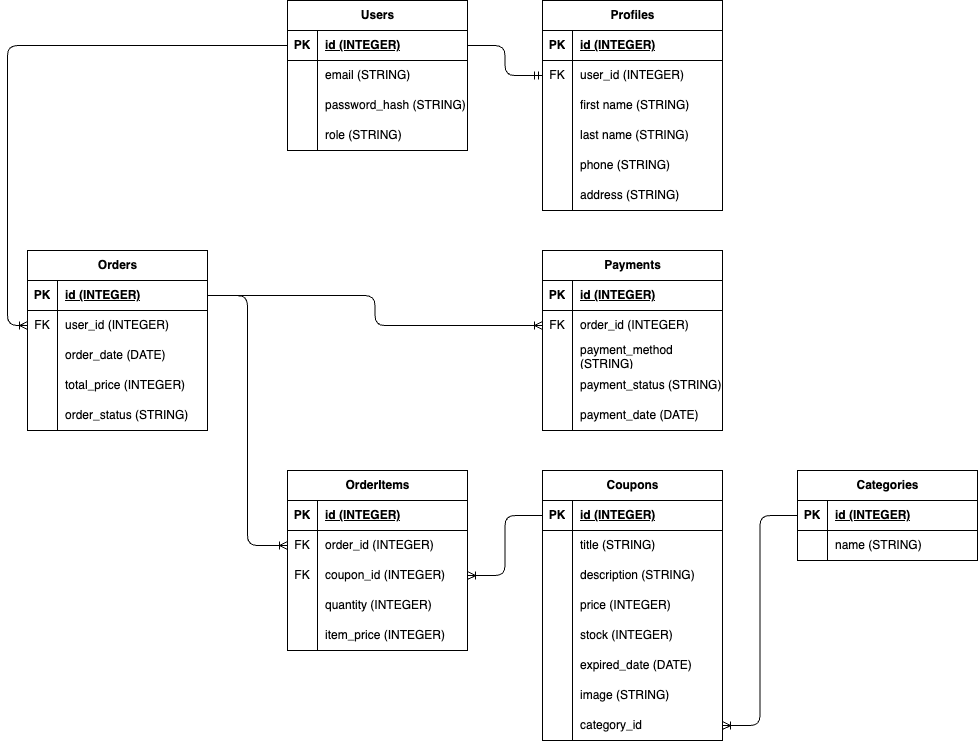
i-adharul/hck-99-fsjs-p1-pair-project keeps this draw.io diagram as erd.drawio.png. Above is the earlier version. Source tidied: cells renumbered, new cells last; positions are measured from the earlier drawing's top-left corner, leaving out a move shared by most shapes.
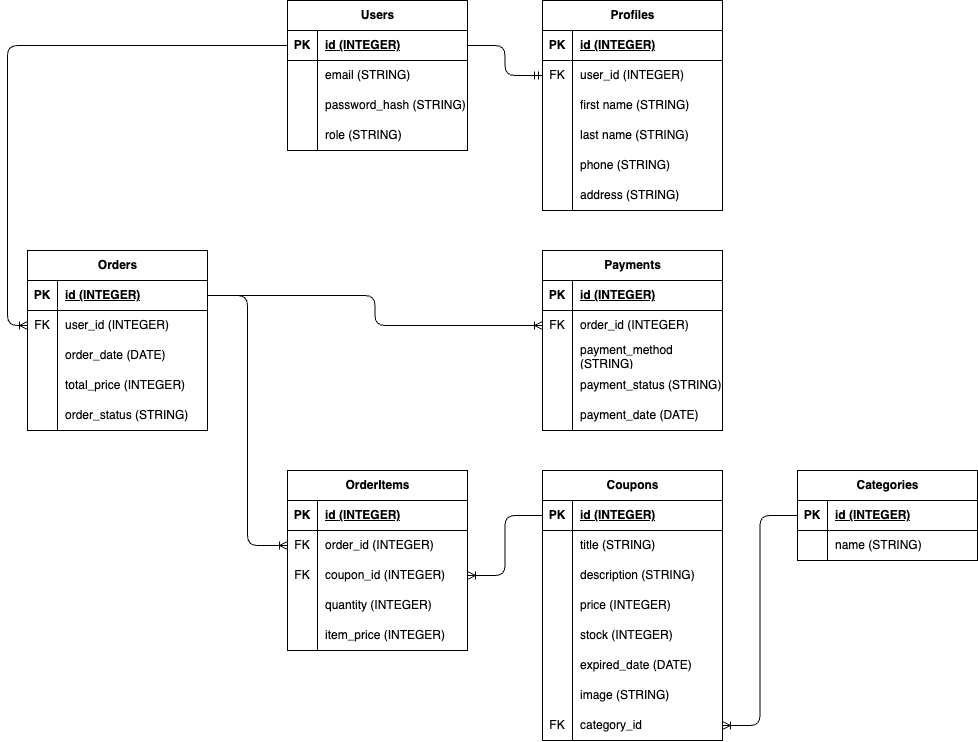
The same file after the commit.

Diff of the diagram source:
```diff
@@ -311,7 +311,7 @@
     <mxCell id="104" style="shape=tableRow;horizontal=0;startSize=0;swimlaneHead=0;swimlaneBody=0;fillColor=none;points=[[0,0.5],[1,0.5]];portConstraint=eastwest;top=0;left=0;right=0;bottom=0;" parent="82" vertex="1">
       <mxGeometry y="240" width="180" height="30" as="geometry" />
     </mxCell>
-    <mxCell id="105" style="shape=partialRectangle;fillColor=none;top=0;left=0;bottom=0;right=0;overflow=hidden;whiteSpace=wrap;html=1;" parent="104" vertex="1">
+    <mxCell id="105" value="FK" style="shape=partialRectangle;fillColor=none;top=0;left=0;bottom=0;right=0;overflow=hidden;whiteSpace=wrap;html=1;" parent="104" vertex="1">
       <mxGeometry width="30" height="30" as="geometry" />
     </mxCell>
     <mxCell id="106" value="category_id" style="shape=partialRectangle;fillColor=none;top=0;left=0;bottom=0;right=0;align=left;spacingLeft=6;overflow=hidden;whiteSpace=wrap;html=1;" parent="104" vertex="1">
```
